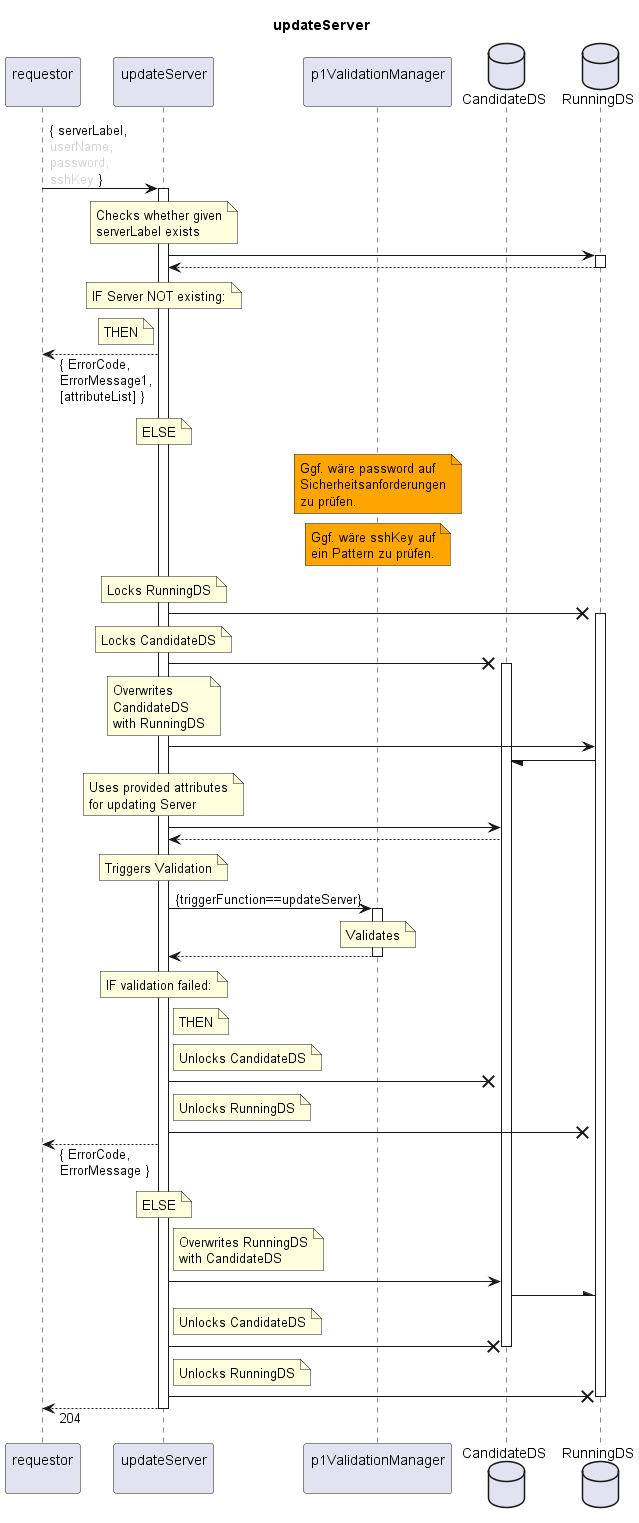
Above: spec/Services/updateServer/1.0.0/updateServer.png in openBackhaul/FirmWareManager (PlantUML), before the change. Source of this version:
```plantuml
@startuml updateServer
skinparam responseMessageBelowArrow true

title
  updateServer
end title

participant "requestor\n" as requestor
participant "updateServer\n" as indServ
participant "p1ValidationManager\n" as valiMan
database "CandidateDS" as CanDS
database "RunningDS" as RunDS

requestor -> indServ: { serverLabel,\n<color:LightGray>userName,\n<color:LightGray>password,\n<color:LightGray>sshKey</color> }
activate indServ

  note over indServ
    Checks whether given
    serverLabel exists
  end note
  indServ -> RunDS
  activate RunDS
  indServ <-- RunDS
  deactivate RunDS
  note over indServ
    IF Server NOT existing:
  end note
  note left indServ
    THEN
  end note
  requestor <-- indServ: { ErrorCode,\nErrorMessage1,\n[attributeList] }
  note over indServ
    ELSE
  end note

  note over valiMan #Orange
    Ggf. wäre password auf
    Sicherheitsanforderungen
    zu prüfen.
  end note

  note over valiMan #Orange
    Ggf. wäre sshKey auf
    ein Pattern zu prüfen.
  end note

  note over indServ
    Locks RunningDS
  end note
  indServ -X RunDS
  activate RunDS
  note over indServ
    Locks CandidateDS
  end note
  indServ -X CanDS
  activate CanDS
  note over indServ
    Overwrites
    CandidateDS
    with RunningDS
  end note
  indServ -> RunDS
  RunDS -/ CanDS

  note over indServ
    Uses provided attributes
    for updating Server
  end note
  indServ -> CanDS
  indServ <-- CanDS

  note over indServ
    Triggers Validation
  end note
  indServ -> valiMan: {triggerFunction==updateServer}
  activate valiMan
    note over valiMan
      Validates
    end note
  indServ <-- valiMan
  deactivate valiMan
  note over indServ
    IF validation failed:
  end note
  note right indServ
    THEN
  end note
  note right indServ
    Unlocks CandidateDS
  end note
  indServ -X CanDS
  note right indServ
    Unlocks RunningDS
  end note
  indServ -X RunDS
  requestor <-- indServ: { ErrorCode,\nErrorMessage }
  note over indServ
    ELSE
  end note

  note right indServ
    Overwrites RunningDS
    with CandidateDS
  end note
  indServ -> CanDS
  CanDS -\ RunDS
  note right indServ
    Unlocks CandidateDS
  end note
  indServ -X CanDS
  deactivate CanDS
  note right indServ
    Unlocks RunningDS
  end note
  indServ -X RunDS
  deactivate RunDS

requestor <-- indServ: 204
deactivate indServ

@enduml
```
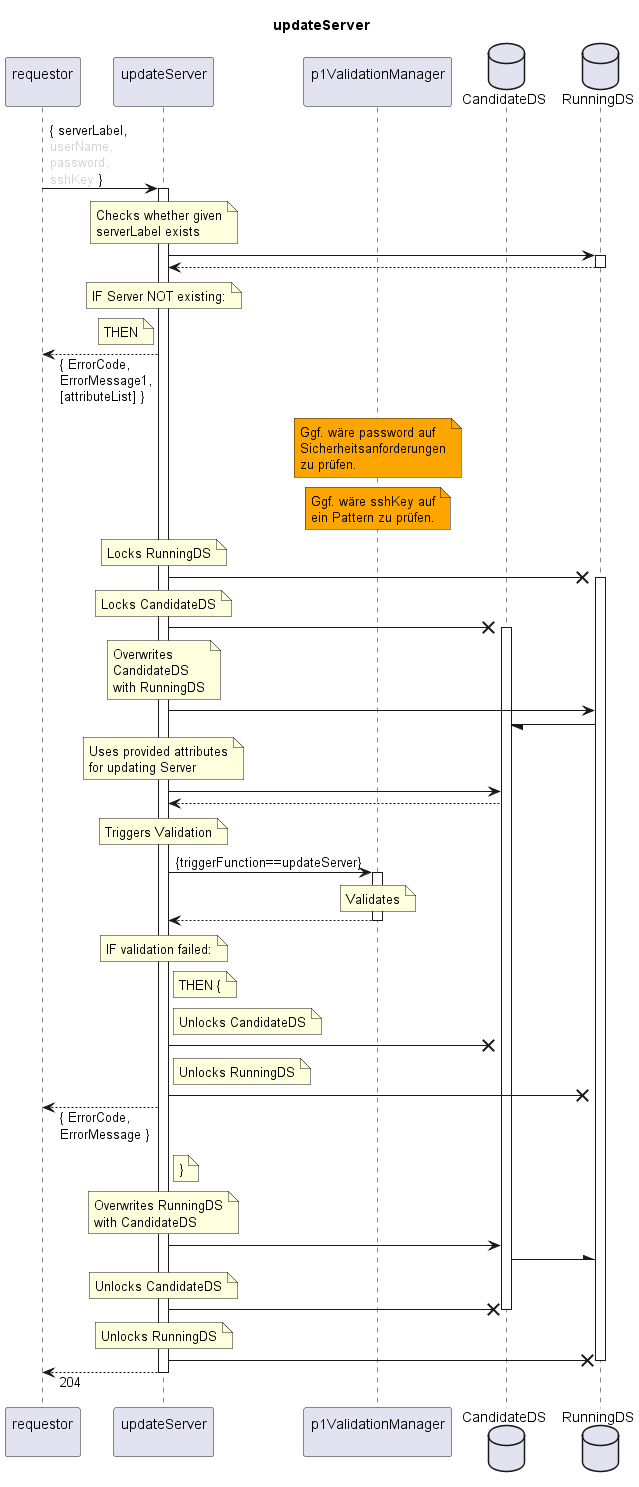
After the change.

Diff of the diagram source:
```diff
@@ -29,9 +29,6 @@
     THEN
   end note
   requestor <-- indServ: { ErrorCode,\nErrorMessage1,\n[attributeList] }
-  note over indServ
-    ELSE
-  end note
 
   note over valiMan #Orange
     Ggf. wäre password auf
@@ -83,7 +80,7 @@
     IF validation failed:
   end note
   note right indServ
-    THEN
+    THEN {
   end note
   note right indServ
     Unlocks CandidateDS
@@ -94,22 +91,22 @@
   end note
   indServ -X RunDS
   requestor <-- indServ: { ErrorCode,\nErrorMessage }
-  note over indServ
-    ELSE
+  note right indServ
+    }
   end note
 
-  note right indServ
+  note over indServ
     Overwrites RunningDS
     with CandidateDS
   end note
   indServ -> CanDS
   CanDS -\ RunDS
-  note right indServ
+  note over indServ
     Unlocks CandidateDS
   end note
   indServ -X CanDS
   deactivate CanDS
-  note right indServ
+  note over indServ
     Unlocks RunningDS
   end note
   indServ -X RunDS
```
